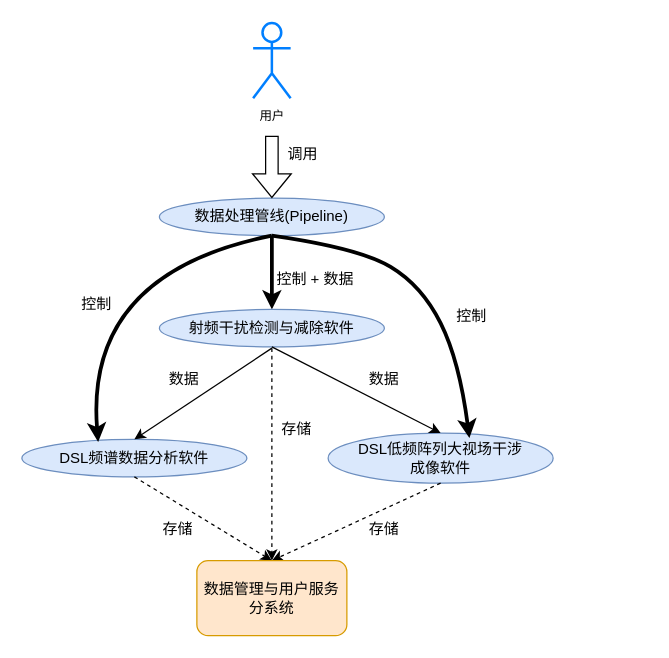
Above: pipeline用况图.drawio in zuoshifan/draw_io_diagrams (draw.io), before the change. Source tidied: cells renumbered, new cells numbered last; positions are measured from the earlier drawing's top-left corner, leaving out a move shared by most shapes. Both pictures are drawn from the tidied source at 125%, with x=0, y=0 at pixel (21, 22).
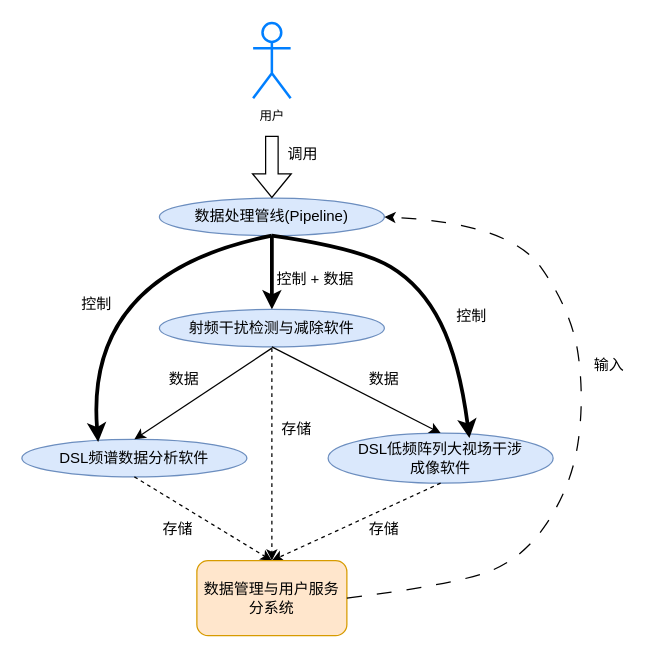
The same page after the edit.

The change refers to these unchanged cells:
```xml
<mxCell id="4" value="数据处理管线(Pipeline)" style="ellipse;whiteSpace=wrap;html=1;fillColor=#dae8fc;strokeColor=#6c8ebf;" parent="1" vertex="1">
  <mxGeometry x="110" y="140" width="180" height="30" as="geometry" />
</mxCell>
<mxCell id="25" value="数据管理与用户服务分系统" style="rounded=1;whiteSpace=wrap;html=1;fillColor=#ffe6cc;strokeColor=#d79b00;" parent="1" vertex="1">
  <mxGeometry x="140" y="430" width="120" height="60" as="geometry" />
</mxCell>
```

Diff of the diagram source:
```diff
@@
+    <mxCell id="26" style="curved=1;endArrow=classic;html=1;rounded=0;exitX=1;exitY=0.5;exitDx=0;exitDy=0;entryX=1;entryY=0.5;entryDx=0;entryDy=0;dashed=1;dashPattern=12 12;" parent="1" edge="1" source="25" target="4">
+      <mxGeometry relative="1" as="geometry">
+        <Array as="points">
+          <mxPoint x="340" y="450" />
+          <mxPoint x="400" y="430" />
+          <mxPoint x="440" y="370" />
+          <mxPoint x="450" y="300" />
+          <mxPoint x="440" y="230" />
+          <mxPoint x="390" y="160" />
+        </Array>
+      </mxGeometry>
+    </mxCell>
+    <mxCell id="27" value="输入" style="text;html=1;align=center;verticalAlign=middle;whiteSpace=wrap;rounded=0;" parent="1" vertex="1">
+      <mxGeometry x="440" y="259" width="60" height="30" as="geometry" />
+    </mxCell>
```
